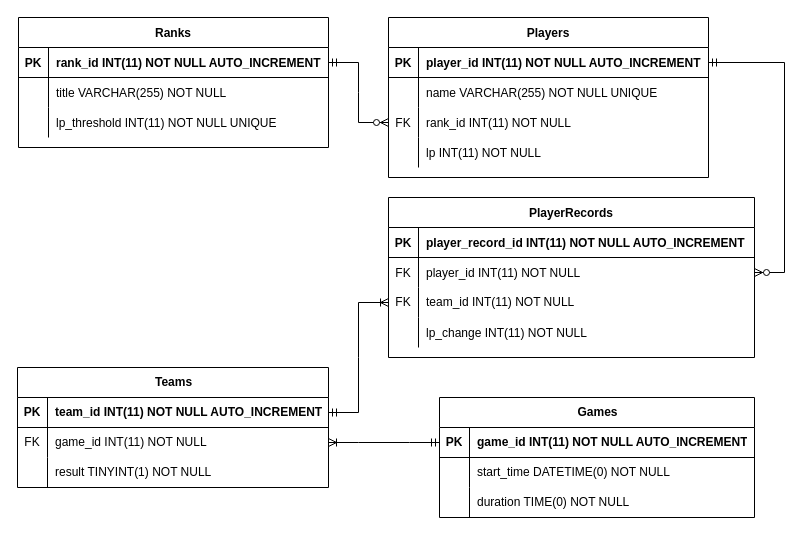
This is ERD.drawio from sinogrimm/lol_project, a draw.io file, before an edit. Source tidied: cells renumbered, new cells numbered last; positions are measured from the earlier drawing's top-left corner, leaving out a move shared by most shapes. Both pictures are drawn from the tidied source at 100%, with x=0, y=0 at pixel (17, 17).
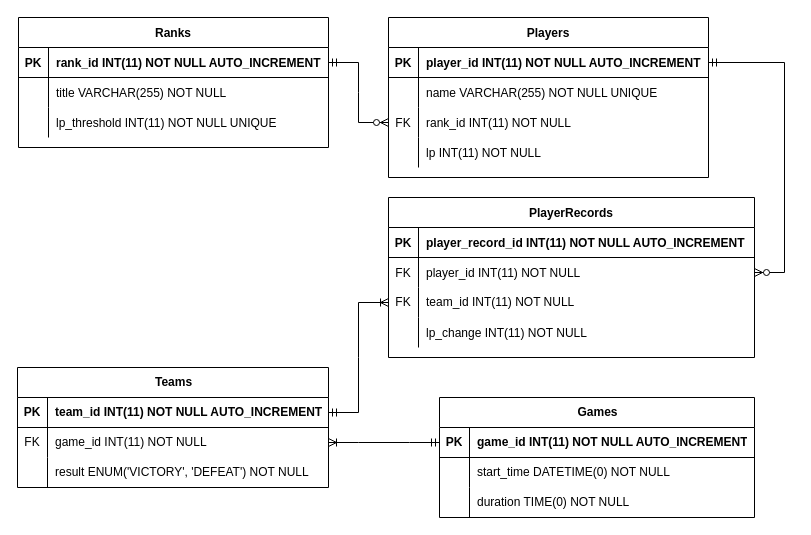
After the change.

Commit message:
changed result to enum

Unchanged cells that the change refers to:
```xml
<mxCell id="32" style="shape=tableRow;horizontal=0;startSize=0;swimlaneHead=0;swimlaneBody=0;fillColor=none;top=0;left=0;right=0;bottom=0;" parent="25" vertex="1">
  <mxGeometry y="90" width="311" height="30" as="geometry" />
</mxCell>
```

Diff of the diagram source:
```diff
@@
-    <mxCell id="34" value="result TINYINT(1) NOT NULL" style="shape=partialRectangle;fillColor=none;top=0;left=0;bottom=0;right=0;align=left;spacingLeft=6;overflow=hidden;whiteSpace=wrap;html=1;" parent="32" vertex="1">
+    <mxCell id="34" value="result ENUM('VICTORY', 'DEFEAT') NOT NULL" style="shape=partialRectangle;fillColor=none;top=0;left=0;bottom=0;right=0;align=left;spacingLeft=6;overflow=hidden;whiteSpace=wrap;html=1;" parent="32" vertex="1">
       <mxGeometry x="30" width="281" height="30" as="geometry" />
     </mxCell>
```
